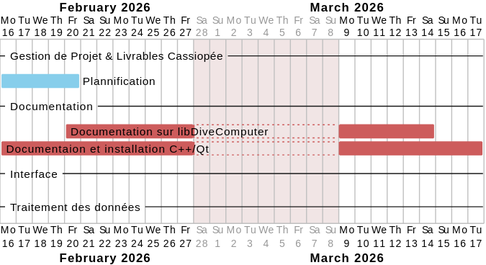
The PlantUML diagram plant-uml-out/gantt/GanttChart.svg in AntoFruch/Cassiopee-SubSurface, before a commit.
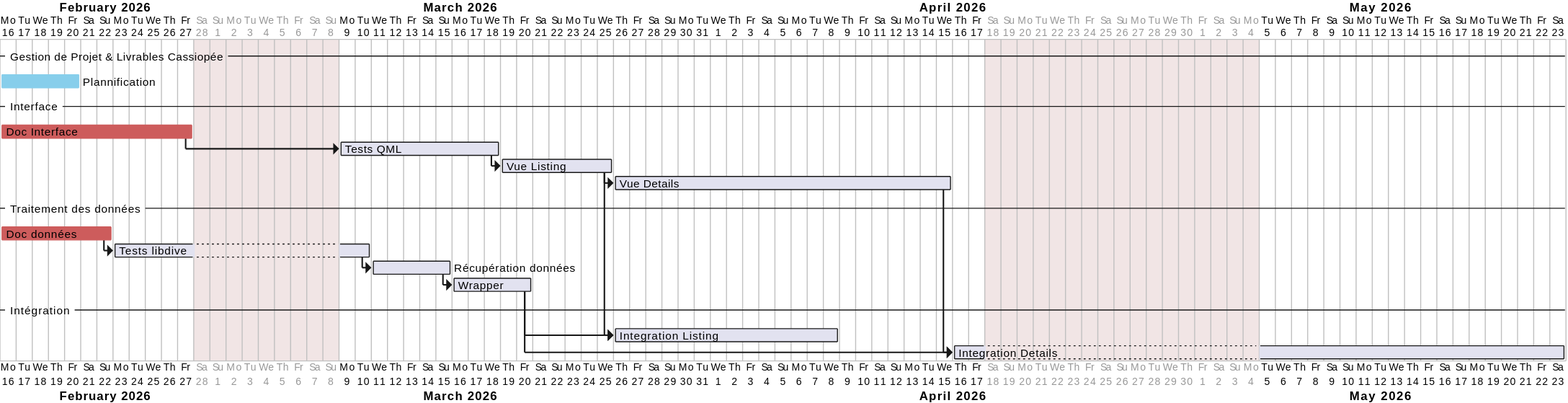
The same diagram one commit later.

Commit message:
gantt & doc générée par chatGPT pour libdive ( a tester )

Change to the diagram source:
```diff
@@ -4,6 +4,7 @@
 
     2026-02-28 to 2026-03-8 is closed
 
+    2026-04-18 to 2026-05-04 is closed
 
 
 
@@ -11,20 +12,43 @@
 -- Gestion de Projet & Livrables Cassiopée--
 [Plannification] requires 5 days and is colored in SkyBlue
 
--- Documentation --
-[Documentation sur libDiveComputer] requires 2 weeks and is colored in IndianRed
-[Documentaion et installation C++/Qt] requires 3 weeks and is colored in IndianRed
-
 -- Interface --
+[Doc Interface] requires 12 days and is colored in IndianRed
+[Tests QML] requires 10 days
+[Vue Listing] requires 1 week
+[Vue Details] requires 3 week
 
 -- Traitement des données --
+[Doc données] requires 1 weeks and is colored in IndianRed
+[Tests libdive] requires 1 weeks
+[Récupération données] requires 5 days
+[Wrapper] requires 5 days
+
+-- Intégration --
+[Integration Listing] requires 2 weeks
+[Integration Details] requires 3 weeks
 
 
 
 
 [Plannification] starts at 2026-02-16
 
-[Documentation sur libDiveComputer] starts at 2026-02-20
-[Documentaion et installation C++/Qt] starts at 2026-02-16
+[Doc données] starts at 2026-02-16
+[Tests libdive] starts at [Doc données]'s end
+
+[Doc Interface] starts at 2026-02-16
+[Tests QML] starts at [Doc Interface]'s end
+
+[Vue Listing] starts at [Tests QML]'s end
+[Vue Details] starts at [Vue Listing]'s end
+
+[Récupération données] starts at [Tests libdive]'s end
+[Wrapper] starts at [Récupération données]'s end
+
+
+[Integration Listing] starts at [Wrapper]'s end
+[Integration Listing] starts at [Vue Listing]'s end
+[Integration Details] starts at [Wrapper]'s end
+[Integration Details] starts at [Vue Details]'s end
 
 @endgantt
```
